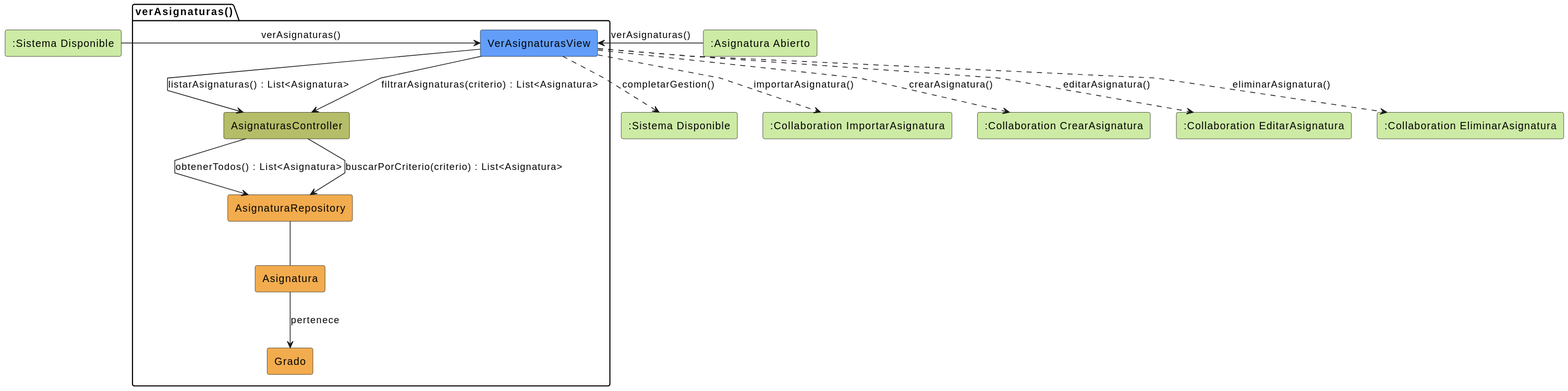
Earlier version of the PlantUML export images/analisis/verAsignaturas/colaboracion.svg (martinlopez7/25-26-idsw2-sdVC).
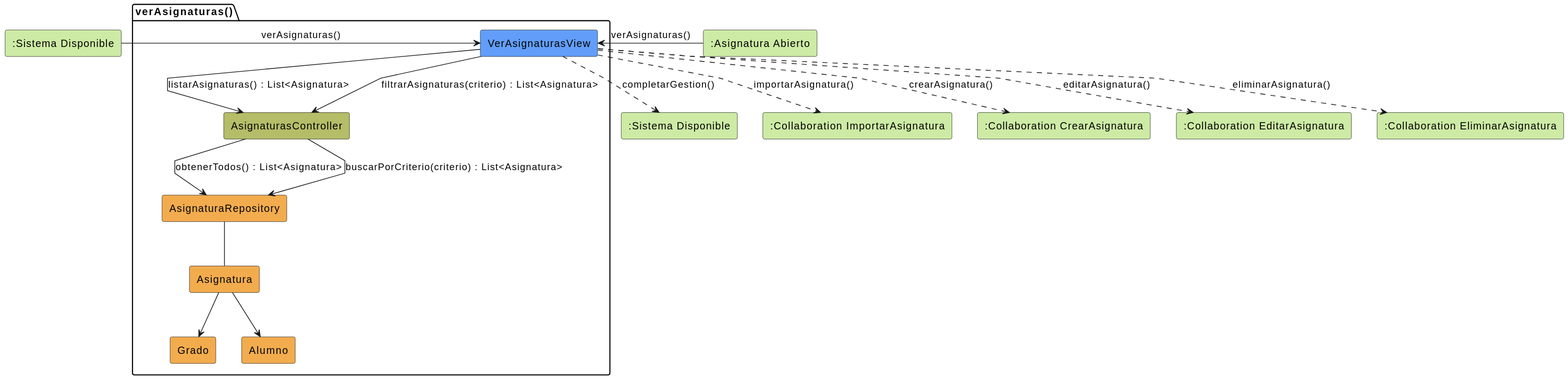
After the change.

Diff of the diagram source:
```diff
@@ -9,6 +9,7 @@
     rectangle #F2AC4E AsignaturaRepository
     rectangle #F2AC4E Asignatura
     rectangle #F2AC4E Grado
+    rectangle #F2AC4E Alumno
 }
 
 rectangle #CDEBA5 ":Sistema Disponible" as SistemaDisponibleSalida
@@ -26,7 +27,9 @@
 
 AsignaturaRepository -- Asignatura
 
-Asignatura --> Grado: pertenece
+Asignatura --> Grado
+Asignatura --> Alumno
+
 
 VerAsignaturasView --> AsignaturasController: filtrarAsignaturas(criterio) : List<Asignatura>
 
```
